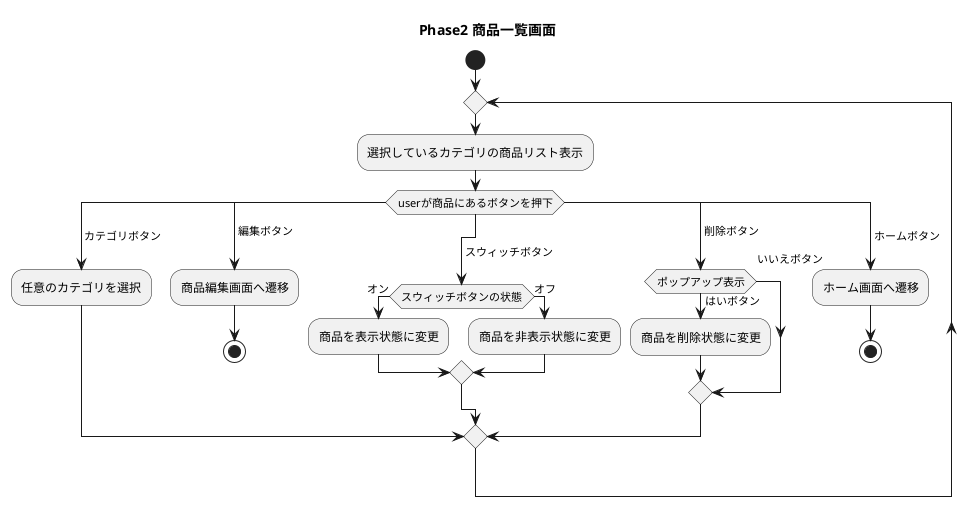
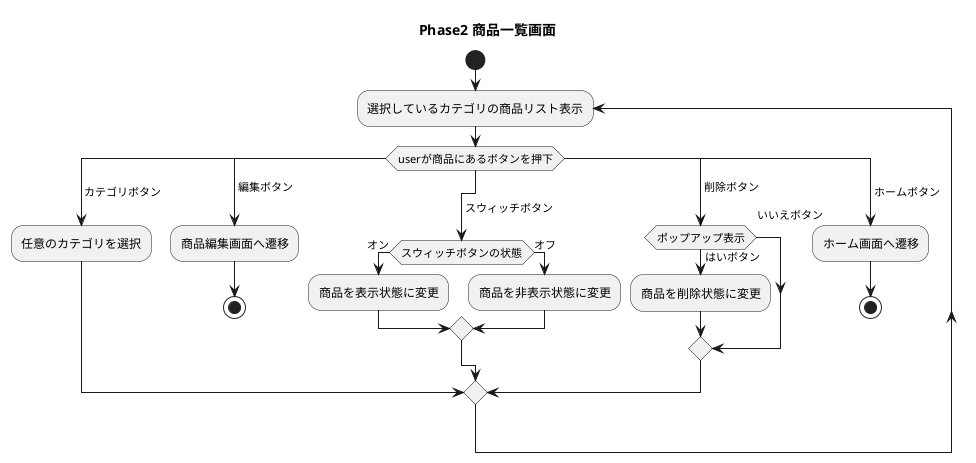
@startuml

title Phase2 商品一覧画面

start

- repeat
- 
- :選択しているカテゴリの商品リスト表示;
+ repeat:選択しているカテゴリの商品リスト表示;
switch (userが商品にあるボタンを押下)

case ( カテゴリボタン)
    :任意のカテゴリを選択;


case ( 編集ボタン)
    :商品編集画面へ遷移;
    stop


case (\n スウィッチボタン)
    if (スウィッチボタンの状態) then (オン)

        :商品を表示状態に変更;
    else (オフ)
        :商品を非表示状態に変更;

    endif


case ( 削除ボタン)
    if (ポップアップ表示) then (はいボタン)
        :商品を削除状態に変更;
    else (いいえボタン\n)
    endif


case ( ホームボタン)
    :ホーム画面へ遷移;
    stop


endswitch



@enduml